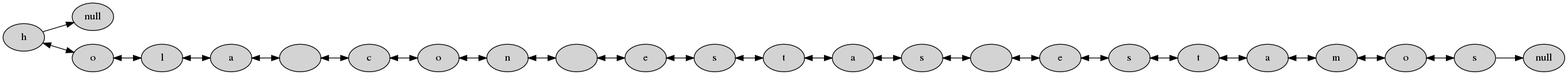
Above: letras.png in juanpaestrada20/EDD_1S2020_P1_201800709 (Graphviz), before the change. Its source is kept beside it as letras.dot.
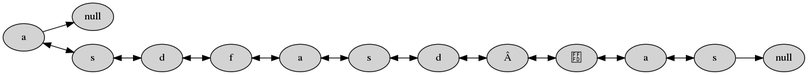
After the commit.

What changed in the source:
```diff
@@ -2,28 +2,17 @@
 rankdir = LR;
 node [margin=0 shape=oval style=filled ];
 B [label="null"];
-A1 [label="h"];
-A2 [label="o"];
-A3 [label="l"];
-A4 [label="a"];
-A5 [label=" "];
-A6 [label="c"];
-A7 [label="o"];
-A8 [label="n"];
-A9 [label=" "];
-A10 [label="e"];
+A1 [label="a"];
+A2 [label="s"];
+A3 [label="d"];
+A4 [label="f"];
+A5 [label="a"];
+A6 [label="s"];
+A7 [label="d"];
+A8 [label="Â"];
+A9 [label="´"];
+A10 [label="a"];
 A11 [label="s"];
-A12 [label="t"];
-A13 [label="a"];
-A14 [label="s"];
-A15 [label=" "];
-A16 [label="e"];
-A17 [label="s"];
-A18 [label="t"];
-A19 [label="a"];
-A20 [label="m"];
-A21 [label="o"];
-A22 [label="s"];
 C [label="null"];
 
 A1 -> B;
@@ -37,16 +26,5 @@
 A8 -> A9 [dir=both];
 A9 -> A10 [dir=both];
 A10 -> A11 [dir=both];
-A11 -> A12 [dir=both];
-A12 -> A13 [dir=both];
-A13 -> A14 [dir=both];
-A14 -> A15 [dir=both];
-A15 -> A16 [dir=both];
-A16 -> A17 [dir=both];
-A17 -> A18 [dir=both];
-A18 -> A19 [dir=both];
-A19 -> A20 [dir=both];
-A20 -> A21 [dir=both];
-A21 -> A22 [dir=both];
-A22 -> C;
+A11 -> C;
 }
```
